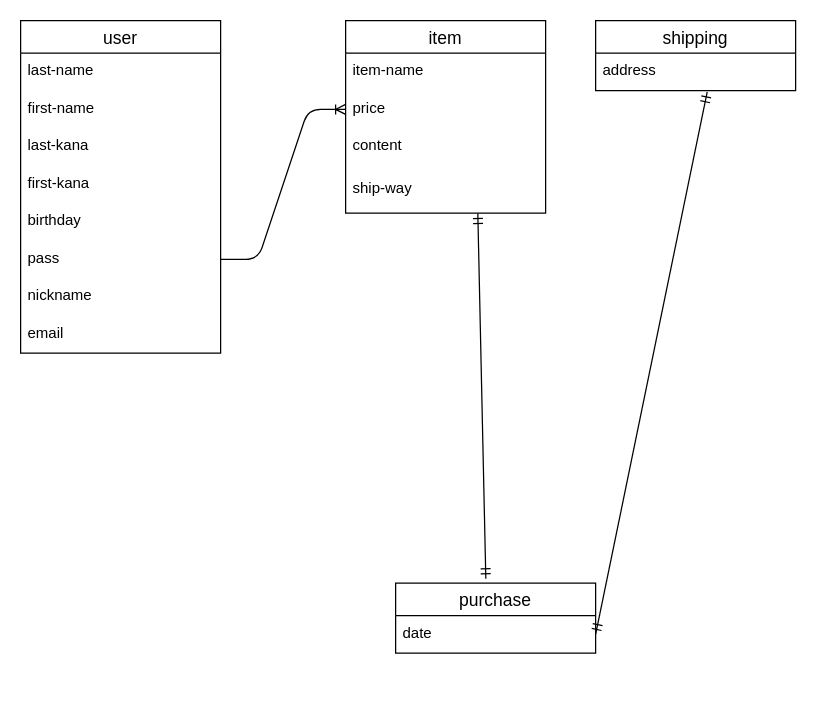
This is er.dio from ericaohashi/furima-37450, a draw.io file, before an edit. Source tidied: cells renumbered, new cells numbered last; positions are measured from the earlier drawing's top-left corner, leaving out a move shared by most shapes. Both pictures are drawn from the tidied source at 125%, with x=0, y=0 at pixel (20, 20).
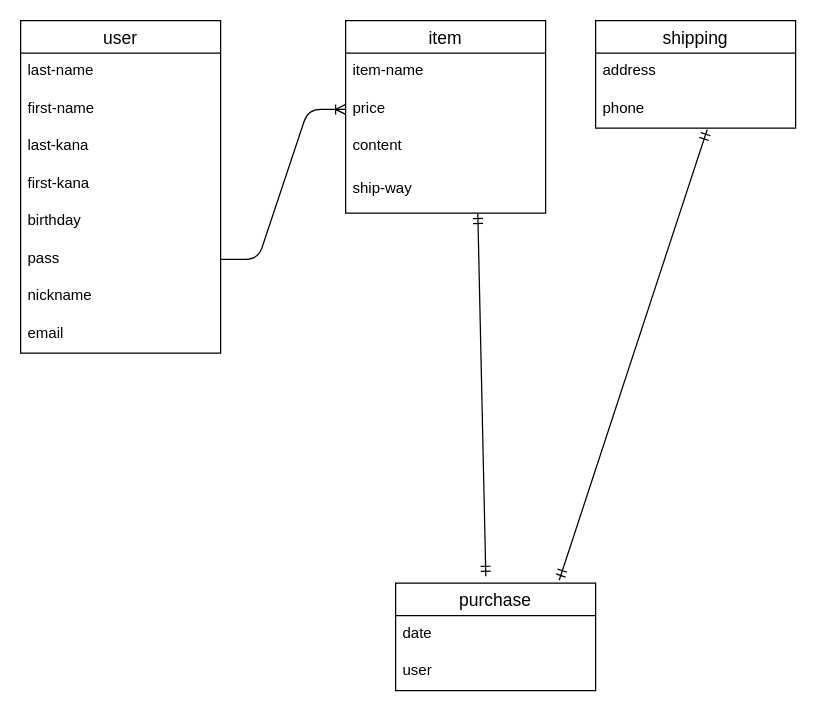
The same page after the edit.

Commit message (it also covers changes not shown here):
データベース設計の修正

Unchanged cells that the change refers to:
```xml
<mxCell id="19" value="date" style="text;strokeColor=none;fillColor=none;spacingLeft=4;spacingRight=4;overflow=hidden;points=[[0,0.5],[1,0.5]];portConstraint=eastwest;fontSize=12;" parent="18" vertex="1">
  <mxGeometry y="26" width="160" height="30" as="geometry" />
</mxCell>
```

The edit, as a diff of the source:
```diff
@@
     <mxCell id="16" value="shipping" style="swimlane;fontStyle=0;horizontal=1;startSize=26;align=center;fontSize=14;" parent="1" vertex="1">
-      <mxGeometry x="460" width="160" height="56" as="geometry" />
+      <mxGeometry x="460" width="160" height="86" as="geometry" />
     </mxCell>
+    <mxCell id="23" value="address" style="text;strokeColor=none;fillColor=none;spacingLeft=4;spacingRight=4;overflow=hidden;fontSize=12;" parent="16" vertex="1">
+      <mxGeometry y="26" width="160" height="30" as="geometry" />
+    </mxCell>
-    <mxCell id="17" value="address" style="text;strokeColor=none;fillColor=none;spacingLeft=4;spacingRight=4;overflow=hidden;points=[[0,0.5],[1,0.5]];portConstraint=eastwest;fontSize=12;" parent="16" vertex="1">
-      <mxGeometry y="26" width="160" height="30" as="geometry" />
+    <mxCell id="17" value="phone" style="text;strokeColor=none;fillColor=none;spacingLeft=4;spacingRight=4;overflow=hidden;points=[[0,0.5],[1,0.5]];portConstraint=eastwest;fontSize=12;" parent="16" vertex="1">
+      <mxGeometry y="56" width="160" height="30" as="geometry" />
     </mxCell>
     <mxCell id="18" value="purchase" style="swimlane;fontStyle=0;horizontal=1;startSize=26;align=center;fontSize=14;" parent="1" vertex="1">
-      <mxGeometry x="300" y="450" width="160" height="56" as="geometry" />
+      <mxGeometry x="300" y="450" width="160" height="86" as="geometry" />
     </mxCell>
@@
+    <mxCell id="24" value="user" style="text;strokeColor=none;fillColor=none;spacingLeft=4;spacingRight=4;overflow=hidden;fontSize=12;" parent="18" vertex="1">
+      <mxGeometry y="56" width="160" height="30" as="geometry" />
+    </mxCell>
@@
-    <mxCell id="22" style="fontSize=12;html=1;endArrow=ERmandOne;startArrow=ERmandOne;entryX=0.558;entryY=1.035;entryDx=0;entryDy=0;entryPerimeter=0;exitX=1;exitY=0.5;exitDx=0;exitDy=0;" parent="1" edge="1" source="19" target="17">
+    <mxCell id="22" style="fontSize=12;html=1;endArrow=ERmandOne;startArrow=ERmandOne;entryX=0.558;entryY=1.035;entryDx=0;entryDy=0;entryPerimeter=0;exitX=0.818;exitY=-0.027;exitDx=0;exitDy=0;exitPerimeter=0;" parent="1" edge="1" source="18" target="17">
       <mxGeometry relative="1" as="geometry" />
     </mxCell>
```
